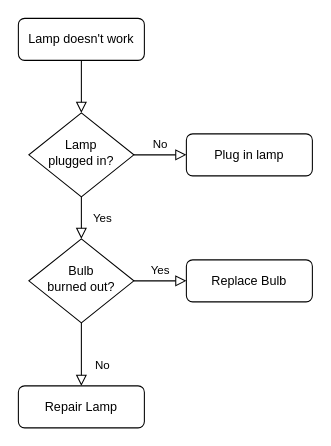
Above: test.drawio in volf52/drawio_notes (draw.io), before the change. Source tidied: cells renumbered, new cells numbered last; positions are measured from the earlier drawing's top-left corner, leaving out a move shared by most shapes. Both pictures are drawn from the tidied source at 105%, with x=0, y=0 at pixel (18, 18).
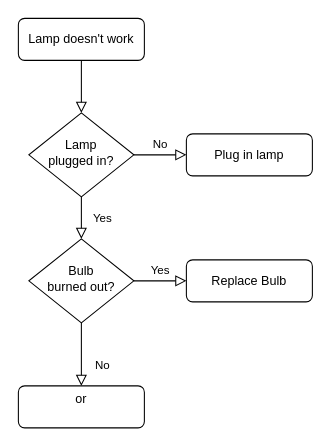
The same diagram, later.

Change to the diagram source:
```diff
@@
 <mxGraphModel>
   <root>
     <mxCell id="0" />
     <mxCell id="1" parent="0" />
     <mxCell id="2" style="rounded=0;html=1;jettySize=auto;fontSize=11;endArrow=block;endFill=0;endSize=8;strokeWidth=1;shadow=0;labelBackgroundColor=none;edgeStyle=orthogonalEdgeStyle;" parent="1" edge="1" source="3" target="6">
       <mxGeometry relative="1" as="geometry" />
     </mxCell>
     <mxCell id="3" value="Lamp doesn't work" style="rounded=1;whiteSpace=wrap;html=1;fontSize=12;glass=0;strokeWidth=1;shadow=0;" parent="1" vertex="1">
       <mxGeometry width="120" height="40" as="geometry" />
     </mxCell>
     <mxCell id="4" value="Yes" style="rounded=0;html=1;jettySize=auto;fontSize=11;endArrow=block;endFill=0;endSize=8;strokeWidth=1;shadow=0;labelBackgroundColor=none;edgeStyle=orthogonalEdgeStyle;" parent="1" edge="1" source="6" target="10">
       <mxGeometry y="20" relative="1" as="geometry" />
     </mxCell>
     <mxCell id="5" value="No" style="edgeStyle=orthogonalEdgeStyle;rounded=0;html=1;jettySize=auto;fontSize=11;endArrow=block;endFill=0;endSize=8;strokeWidth=1;shadow=0;labelBackgroundColor=none;" parent="1" edge="1" source="6" target="7">
       <mxGeometry y="10" relative="1" as="geometry" />
     </mxCell>
     <mxCell id="6" value="Lamp&lt;br&gt;plugged in?" style="rhombus;whiteSpace=wrap;html=1;shadow=0;fontFamily=Helvetica;fontSize=12;align=center;strokeWidth=1;spacing=6;spacingTop=-4;" parent="1" vertex="1">
       <mxGeometry x="10" y="90" width="100" height="80" as="geometry" />
     </mxCell>
     <mxCell id="7" value="Plug in lamp" style="rounded=1;whiteSpace=wrap;html=1;fontSize=12;glass=0;strokeWidth=1;shadow=0;" parent="1" vertex="1">
       <mxGeometry x="160" y="110" width="120" height="40" as="geometry" />
     </mxCell>
     <mxCell id="8" value="No" style="rounded=0;html=1;jettySize=auto;fontSize=11;endArrow=block;endFill=0;endSize=8;strokeWidth=1;shadow=0;labelBackgroundColor=none;edgeStyle=orthogonalEdgeStyle;" parent="1" edge="1" source="10" target="11">
       <mxGeometry x="0.33" y="20" relative="1" as="geometry" />
     </mxCell>
     <mxCell id="9" value="Yes" style="edgeStyle=orthogonalEdgeStyle;rounded=0;html=1;jettySize=auto;fontSize=11;endArrow=block;endFill=0;endSize=8;strokeWidth=1;shadow=0;labelBackgroundColor=none;" parent="1" edge="1" source="10" target="12">
       <mxGeometry y="10" relative="1" as="geometry" />
     </mxCell>
     <mxCell id="10" value="Bulb&lt;br&gt;burned out?" style="rhombus;whiteSpace=wrap;html=1;shadow=0;fontFamily=Helvetica;fontSize=12;align=center;strokeWidth=1;spacing=6;spacingTop=-4;" parent="1" vertex="1">
       <mxGeometry x="10" y="210" width="100" height="80" as="geometry" />
     </mxCell>
-    <mxCell id="11" value="Repair Lamp" style="rounded=1;whiteSpace=wrap;html=1;fontSize=12;glass=0;strokeWidth=1;shadow=0;" parent="1" vertex="1">
+    <mxCell id="11" value="&lt;div&gt;or&lt;/div&gt;&lt;div&gt;&lt;br&gt;&lt;/div&gt;" style="rounded=1;whiteSpace=wrap;html=1;fontSize=12;glass=0;strokeWidth=1;shadow=0;" parent="1" vertex="1">
       <mxGeometry y="350" width="120" height="40" as="geometry" />
     </mxCell>
     <mxCell id="12" value="Replace Bulb" style="rounded=1;whiteSpace=wrap;html=1;fontSize=12;glass=0;strokeWidth=1;shadow=0;" parent="1" vertex="1">
       <mxGeometry x="160" y="230" width="120" height="40" as="geometry" />
     </mxCell>
   </root>
 </mxGraphModel>
```
